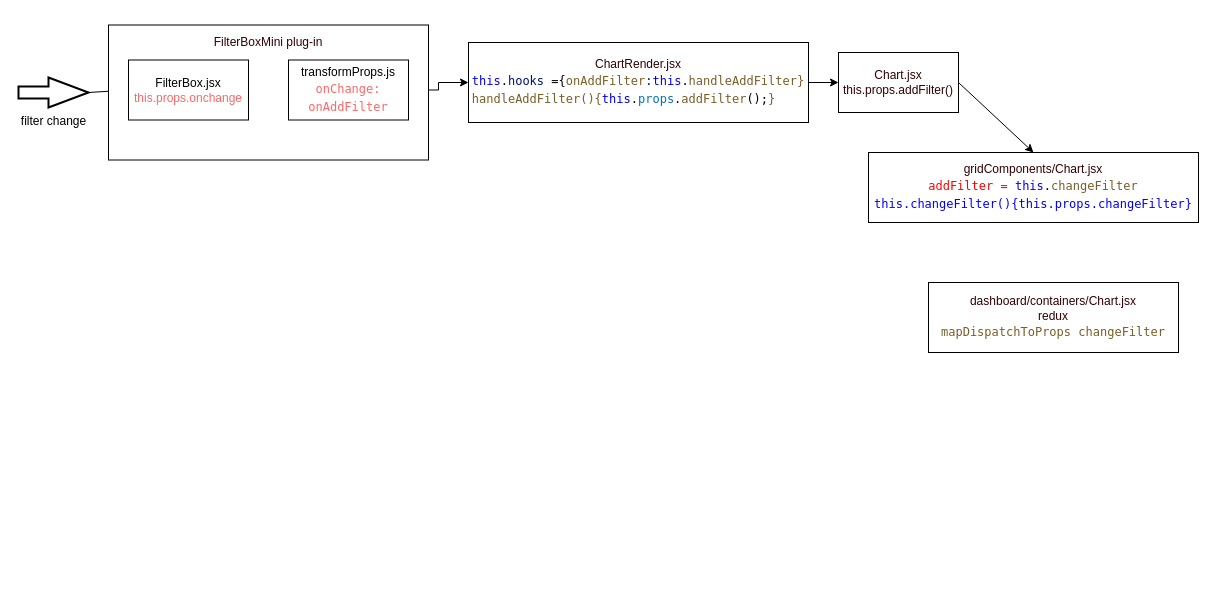
Earlier version of the draw.io diagram Untitled Diagram.drawio (wbbhacker/drawFile). Source tidied: cells renumbered, new cells numbered last; positions are measured from the earlier drawing's top-left corner, leaving out a move shared by most shapes. Both pictures are drawn from the tidied source at 100%, with x=0, y=0 at pixel (18, 24).
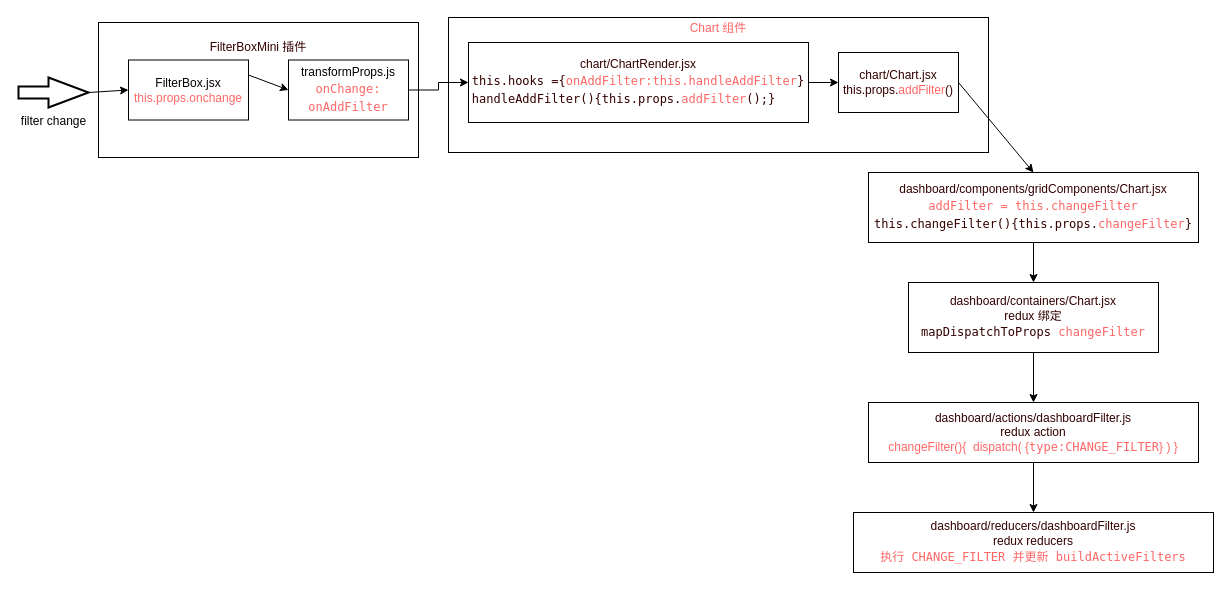
The same page after the edit.

What changed in the source:
```diff
@@
+    <mxCell id="10" value="FilterBoxMini 插件&lt;br&gt;&lt;br&gt;&lt;br&gt;&lt;br&gt;&lt;br&gt;&lt;br&gt;&lt;br&gt;" style="rounded=0;whiteSpace=wrap;html=1;fontColor=#330000;" parent="1" vertex="1">
+      <mxGeometry x="80" y="-2" width="320" height="135" as="geometry" />
+    </mxCell>
+    <mxCell id="16" value="Chart 组件&lt;br&gt;&lt;br&gt;&lt;br&gt;&lt;br&gt;&lt;br&gt;&lt;br&gt;&lt;br&gt;&lt;br&gt;&lt;br&gt;" style="rounded=0;whiteSpace=wrap;html=1;fontColor=#FF6666;" parent="1" vertex="1">
+      <mxGeometry x="430" y="-7" width="540" height="135" as="geometry" />
+    </mxCell>
@@
-    <mxCell id="5" value="&lt;font color=&quot;#330000&quot;&gt;ChartRender.jsx&lt;/font&gt;&lt;br&gt;&lt;div style=&quot;color: rgb(0 , 0 , 0) ; background-color: rgb(255 , 255 , 255) ; font-family: &amp;#34;menlo&amp;#34; , &amp;#34;monaco&amp;#34; , &amp;#34;courier new&amp;#34; , monospace ; line-height: 18px&quot;&gt;&lt;div style=&quot;text-align: left&quot;&gt;&lt;span style=&quot;color: #0000ff&quot;&gt;this&lt;/span&gt;.&lt;span style=&quot;color: #001080&quot;&gt;hooks&lt;/span&gt; ={&lt;span style=&quot;text-align: center ; color: rgb(121 , 94 , 38)&quot;&gt;onAddFilter&lt;/span&gt;&lt;span style=&quot;text-align: center ; color: rgb(0 , 16 , 128)&quot;&gt;:&lt;/span&gt;&lt;span style=&quot;text-align: center ; color: rgb(0 , 0 , 255)&quot;&gt;this&lt;/span&gt;&lt;span style=&quot;text-align: center&quot;&gt;.&lt;/span&gt;&lt;span style=&quot;text-align: center ; color: rgb(121 , 94 , 38)&quot;&gt;handleAddFilter}&lt;/span&gt;&lt;/div&gt;&lt;div style=&quot;text-align: left&quot;&gt;&lt;div style=&quot;font-family: &amp;#34;menlo&amp;#34; , &amp;#34;monaco&amp;#34; , &amp;#34;courier new&amp;#34; , monospace ; line-height: 18px&quot;&gt;&lt;span style=&quot;color: #795e26&quot;&gt;handleAddFilter(){&lt;/span&gt;&lt;span style=&quot;color: rgb(0 , 0 , 255)&quot;&gt;this&lt;/span&gt;&lt;span&gt;.&lt;/span&gt;&lt;span style=&quot;color: rgb(0 , 112 , 193)&quot;&gt;props&lt;/span&gt;&lt;span&gt;.&lt;/span&gt;&lt;span style=&quot;color: rgb(121 , 94 , 38)&quot;&gt;addFilter&lt;/span&gt;&lt;span&gt;(&lt;/span&gt;&lt;span&gt;);&lt;/span&gt;&lt;span style=&quot;color: rgb(121 , 94 , 38)&quot;&gt;}&lt;/span&gt;&lt;/div&gt;&lt;/div&gt;&lt;/div&gt;" style="rounded=0;whiteSpace=wrap;html=1;fontColor=#FF6666;" parent="1" vertex="1">
+    <mxCell id="5" value="&lt;font color=&quot;#330000&quot;&gt;chart/ChartRender.jsx&lt;/font&gt;&lt;br&gt;&lt;div style=&quot;background-color: rgb(255 , 255 , 255) ; font-family: &amp;#34;menlo&amp;#34; , &amp;#34;monaco&amp;#34; , &amp;#34;courier new&amp;#34; , monospace ; line-height: 18px&quot;&gt;&lt;div style=&quot;text-align: left&quot;&gt;&lt;font color=&quot;#330000&quot;&gt;this.hooks ={&lt;/font&gt;&lt;span style=&quot;text-align: center&quot;&gt;onAddFilter&lt;/span&gt;&lt;span style=&quot;text-align: center&quot;&gt;:&lt;/span&gt;&lt;span style=&quot;text-align: center&quot;&gt;this&lt;/span&gt;&lt;span style=&quot;text-align: center&quot;&gt;.&lt;/span&gt;&lt;span style=&quot;text-align: center&quot;&gt;handleAddFilter&lt;font color=&quot;#330000&quot;&gt;}&lt;/font&gt;&lt;/span&gt;&lt;/div&gt;&lt;div style=&quot;text-align: left&quot;&gt;&lt;div style=&quot;font-family: &amp;#34;menlo&amp;#34; , &amp;#34;monaco&amp;#34; , &amp;#34;courier new&amp;#34; , monospace ; line-height: 18px&quot;&gt;&lt;font color=&quot;#330000&quot;&gt;handleAddFilter(){this.props.&lt;/font&gt;addFilter&lt;font color=&quot;#330000&quot;&gt;();}&lt;/font&gt;&lt;/div&gt;&lt;/div&gt;&lt;/div&gt;" style="rounded=0;whiteSpace=wrap;html=1;fontColor=#FF6666;" parent="1" vertex="1">
       <mxGeometry x="450" y="18" width="340" height="80" as="geometry" />
     </mxCell>
-    <mxCell id="6" value="Chart.jsx&lt;br&gt;this.props.addFilter()" style="rounded=0;whiteSpace=wrap;html=1;fontColor=#330000;" parent="1" vertex="1">
+    <mxCell id="6" value="chart/Chart.jsx&lt;br&gt;this.props.&lt;font color=&quot;#ff6666&quot;&gt;addFilter&lt;/font&gt;()" style="rounded=0;whiteSpace=wrap;html=1;fontColor=#330000;" parent="1" vertex="1">
       <mxGeometry x="820" y="28" width="120" height="60" as="geometry" />
     </mxCell>
@@
-    <mxCell id="8" style="group;" parent="1" vertex="1">
-      <mxGeometry x="90" y="0.5" width="320" height="135" as="geometry" />
-    </mxCell>
-    <mxCell id="9" style="endArrow=classic;html=1;rounded=0;fontColor=#FF6666;entryX=0;entryY=0.5;entryDx=0;entryDy=0;" parent="8" edge="1" target="12">
-      <mxGeometry relative="1" as="geometry">
-        <mxPoint x="140" y="50" as="sourcePoint" />
-      </mxGeometry>
-    </mxCell>
-    <mxCell id="10" value="FilterBoxMini plug-in&lt;br&gt;&lt;br&gt;&lt;br&gt;&lt;br&gt;&lt;br&gt;&lt;br&gt;&lt;br&gt;&lt;br&gt;" style="rounded=0;whiteSpace=wrap;html=1;fontColor=#330000;" parent="8" vertex="1">
-      <mxGeometry width="320" height="135" as="geometry" />
-    </mxCell>
-    <mxCell id="11" value="FilterBox.jsx&lt;br&gt;&lt;font color=&quot;#ff6666&quot;&gt;this.props.onchange&lt;/font&gt;" style="rounded=0;whiteSpace=wrap;html=1;" parent="8" vertex="1">
-      <mxGeometry x="20" y="35" width="120" height="60" as="geometry" />
-    </mxCell>
-    <mxCell id="12" value="transformProps.js&lt;br&gt;&lt;div style=&quot;background-color: rgb(255 , 255 , 255) ; font-family: &amp;#34;menlo&amp;#34; , &amp;#34;monaco&amp;#34; , &amp;#34;courier new&amp;#34; , monospace ; line-height: 18px&quot;&gt;&lt;font color=&quot;#ff6666&quot;&gt;onChange: onAddFilter&lt;/font&gt;&lt;/div&gt;" style="rounded=0;whiteSpace=wrap;html=1;" parent="8" vertex="1">
-      <mxGeometry x="180" y="35" width="120" height="60" as="geometry" />
-    </mxCell>
-    <mxCell id="13" value="gridComponents/Chart.jsx&lt;br&gt;&lt;div style=&quot;color: rgb(0 , 0 , 0) ; background-color: rgb(255 , 255 , 255) ; font-family: &amp;#34;menlo&amp;#34; , &amp;#34;monaco&amp;#34; , &amp;#34;courier new&amp;#34; , monospace ; line-height: 18px&quot;&gt; &lt;span style=&quot;color: #ff0000&quot;&gt;addFilter =&amp;nbsp;&lt;/span&gt;&lt;span style=&quot;color: #0000ff&quot;&gt;this&lt;/span&gt;.&lt;span style=&quot;color: #795e26&quot;&gt;changeFilter&lt;/span&gt;&lt;/div&gt;&lt;div style=&quot;color: rgb(0 , 0 , 0) ; background-color: rgb(255 , 255 , 255) ; font-family: &amp;#34;menlo&amp;#34; , &amp;#34;monaco&amp;#34; , &amp;#34;courier new&amp;#34; , monospace ; line-height: 18px&quot;&gt;&lt;span style=&quot;color: #0000ff&quot;&gt;this.changeFilter(){this.props.changeFilter}&lt;/span&gt;&lt;/div&gt;" style="rounded=0;whiteSpace=wrap;html=1;fontColor=#330000;align=center;" parent="1" vertex="1">
-      <mxGeometry x="850" y="128" width="330" height="70" as="geometry" />
+    <mxCell id="13" value="dashboard/components/gridComponents/Chart.jsx&lt;br&gt;&lt;div style=&quot;background-color: rgb(255 , 255 , 255) ; font-family: &amp;#34;menlo&amp;#34; , &amp;#34;monaco&amp;#34; , &amp;#34;courier new&amp;#34; , monospace ; line-height: 18px&quot;&gt;&lt;font color=&quot;#ff6666&quot;&gt; addFilter =&amp;nbsp;this.changeFilter&lt;/font&gt;&lt;/div&gt;&lt;div style=&quot;background-color: rgb(255 , 255 , 255) ; font-family: &amp;#34;menlo&amp;#34; , &amp;#34;monaco&amp;#34; , &amp;#34;courier new&amp;#34; , monospace ; line-height: 18px&quot;&gt;this.changeFilter(){this.props.&lt;font color=&quot;#ff6666&quot;&gt;changeFilter&lt;/font&gt;}&lt;/div&gt;" style="rounded=0;whiteSpace=wrap;html=1;fontColor=#330000;align=center;" parent="1" vertex="1">
+      <mxGeometry x="850" y="148" width="330" height="70" as="geometry" />
     </mxCell>
@@
-    <mxCell id="15" value="dashboard/containers/Chart.jsx&lt;br&gt;redux&lt;br&gt;&lt;div style=&quot;color: rgb(0 , 0 , 0) ; background-color: rgb(255 , 255 , 255) ; font-family: &amp;#34;menlo&amp;#34; , &amp;#34;monaco&amp;#34; , &amp;#34;courier new&amp;#34; , monospace ; line-height: 18px&quot;&gt;&lt;span style=&quot;color: #795e26&quot;&gt;mapDispatchToProps&amp;nbsp;&lt;/span&gt;&lt;span style=&quot;color: rgb(121 , 94 , 38) ; font-family: &amp;#34;menlo&amp;#34; , &amp;#34;monaco&amp;#34; , &amp;#34;courier new&amp;#34; , monospace&quot;&gt;changeFilter&lt;/span&gt;&lt;/div&gt;" style="rounded=0;whiteSpace=wrap;html=1;fontColor=#330000;" parent="1" vertex="1">
-      <mxGeometry x="910" y="258" width="250" height="70" as="geometry" />
+    <mxCell id="15" value="dashboard/containers/Chart.jsx&lt;br&gt;redux 绑定&lt;br&gt;&lt;div style=&quot;background-color: rgb(255 , 255 , 255) ; font-family: &amp;#34;menlo&amp;#34; , &amp;#34;monaco&amp;#34; , &amp;#34;courier new&amp;#34; , monospace ; line-height: 18px&quot;&gt;mapDispatchToProps&lt;span style=&quot;color: rgb(121 , 94 , 38)&quot;&gt;&amp;nbsp;&lt;/span&gt;&lt;span style=&quot;font-family: &amp;#34;menlo&amp;#34; , &amp;#34;monaco&amp;#34; , &amp;#34;courier new&amp;#34; , monospace&quot;&gt;&lt;font color=&quot;#ff6666&quot;&gt;changeFilter&lt;/font&gt;&lt;/span&gt;&lt;/div&gt;" style="rounded=0;whiteSpace=wrap;html=1;fontColor=#330000;" parent="1" vertex="1">
+      <mxGeometry x="890" y="258" width="250" height="70" as="geometry" />
     </mxCell>
+    <mxCell id="17" style="endArrow=classic;html=1;rounded=0;fontColor=#330000;exitX=0.5;exitY=1;exitDx=0;exitDy=0;entryX=0.5;entryY=0;entryDx=0;entryDy=0;" parent="1" edge="1" source="13" target="15">
+      <mxGeometry relative="1" as="geometry" />
+    </mxCell>
+    <mxCell id="18" style="edgeStyle=orthogonalEdgeStyle;rounded=0;jettySize=auto;html=1;exitX=0.5;exitY=1;exitDx=0;exitDy=0;fontColor=#FF6666;" parent="1" edge="1" source="19" target="21">
+      <mxGeometry relative="1" as="geometry" />
+    </mxCell>
+    <mxCell id="19" value="dashboard/actions/dashboardFilter.js&lt;br&gt;redux action&lt;br&gt;&lt;font color=&quot;#ff6666&quot;&gt;changeFilter(){&amp;nbsp; dispatch( {&lt;span style=&quot;font-family: &amp;#34;menlo&amp;#34; , &amp;#34;monaco&amp;#34; , &amp;#34;courier new&amp;#34; , monospace&quot;&gt;type&lt;/span&gt;&lt;span style=&quot;font-family: &amp;#34;menlo&amp;#34; , &amp;#34;monaco&amp;#34; , &amp;#34;courier new&amp;#34; , monospace&quot;&gt;:&lt;/span&gt;&lt;span style=&quot;font-family: &amp;#34;menlo&amp;#34; , &amp;#34;monaco&amp;#34; , &amp;#34;courier new&amp;#34; , monospace&quot;&gt;CHANGE_FILTER&lt;/span&gt;} ) }&lt;/font&gt;" style="rounded=0;whiteSpace=wrap;html=1;fontColor=#330000;" parent="1" vertex="1">
+      <mxGeometry x="850" y="378" width="330" height="60" as="geometry" />
+    </mxCell>
+    <mxCell id="20" style="endArrow=classic;html=1;rounded=0;fontColor=#330000;exitX=0.5;exitY=1;exitDx=0;exitDy=0;" parent="1" edge="1" source="15" target="19">
+      <mxGeometry relative="1" as="geometry" />
+    </mxCell>
+    <mxCell id="21" value="dashboard/reducers/dashboardFilter.js&lt;br&gt;redux reducers&lt;br&gt;&lt;div style=&quot;background-color: rgb(255 , 255 , 255) ; font-family: &amp;#34;menlo&amp;#34; , &amp;#34;monaco&amp;#34; , &amp;#34;courier new&amp;#34; , monospace ; line-height: 18px&quot;&gt;&lt;font color=&quot;#ff6666&quot;&gt;执行 CHANGE_FILTER 并更新&amp;nbsp;buildActiveFilters&lt;/font&gt;&lt;/div&gt;" style="rounded=0;whiteSpace=wrap;html=1;fontColor=#330000;" parent="1" vertex="1">
+      <mxGeometry x="835" y="488" width="360" height="60" as="geometry" />
+    </mxCell>
+    <mxCell id="9" style="endArrow=classic;html=1;rounded=0;fontColor=#FF6666;entryX=0;entryY=0.5;entryDx=0;entryDy=0;" parent="1" edge="1" target="12">
+      <mxGeometry relative="1" as="geometry">
+        <mxPoint x="230" y="50.5" as="sourcePoint" />
+      </mxGeometry>
+    </mxCell>
+    <mxCell id="11" value="FilterBox.jsx&lt;br&gt;&lt;font color=&quot;#ff6666&quot;&gt;this.props.onchange&lt;/font&gt;" style="rounded=0;whiteSpace=wrap;html=1;" parent="1" vertex="1">
+      <mxGeometry x="110" y="35.5" width="120" height="60" as="geometry" />
+    </mxCell>
+    <mxCell id="12" value="transformProps.js&lt;br&gt;&lt;div style=&quot;background-color: rgb(255 , 255 , 255) ; font-family: &amp;#34;menlo&amp;#34; , &amp;#34;monaco&amp;#34; , &amp;#34;courier new&amp;#34; , monospace ; line-height: 18px&quot;&gt;&lt;font color=&quot;#ff6666&quot;&gt;onChange: onAddFilter&lt;/font&gt;&lt;/div&gt;" style="rounded=0;whiteSpace=wrap;html=1;" parent="1" vertex="1">
+      <mxGeometry x="270" y="35.5" width="120" height="60" as="geometry" />
+    </mxCell>
```
